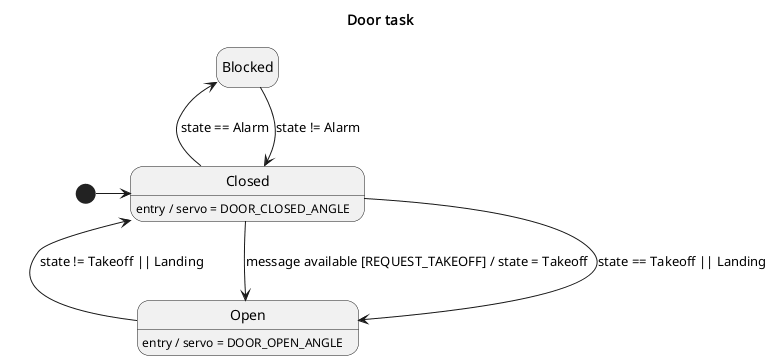
the-real-deal/unibo-iot-didospita keeps this PlantUML diagram as assignments/02-sdh/docs/tasks/door.png. Above is the earlier version.
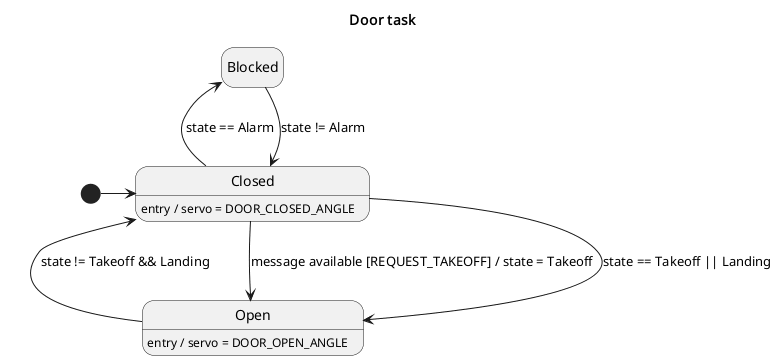
Above is the later version.

What changed in the source:
```diff
@@ -20,6 +20,6 @@
 closed -d-> open : message available [REQUEST_TAKEOFF] / state = Takeoff
 closed -u-> open : state == Takeoff || Landing
 
-open -l-> closed : state != Takeoff || Landing
+open -l-> closed : state != Takeoff && Landing
 
 @enduml
```
